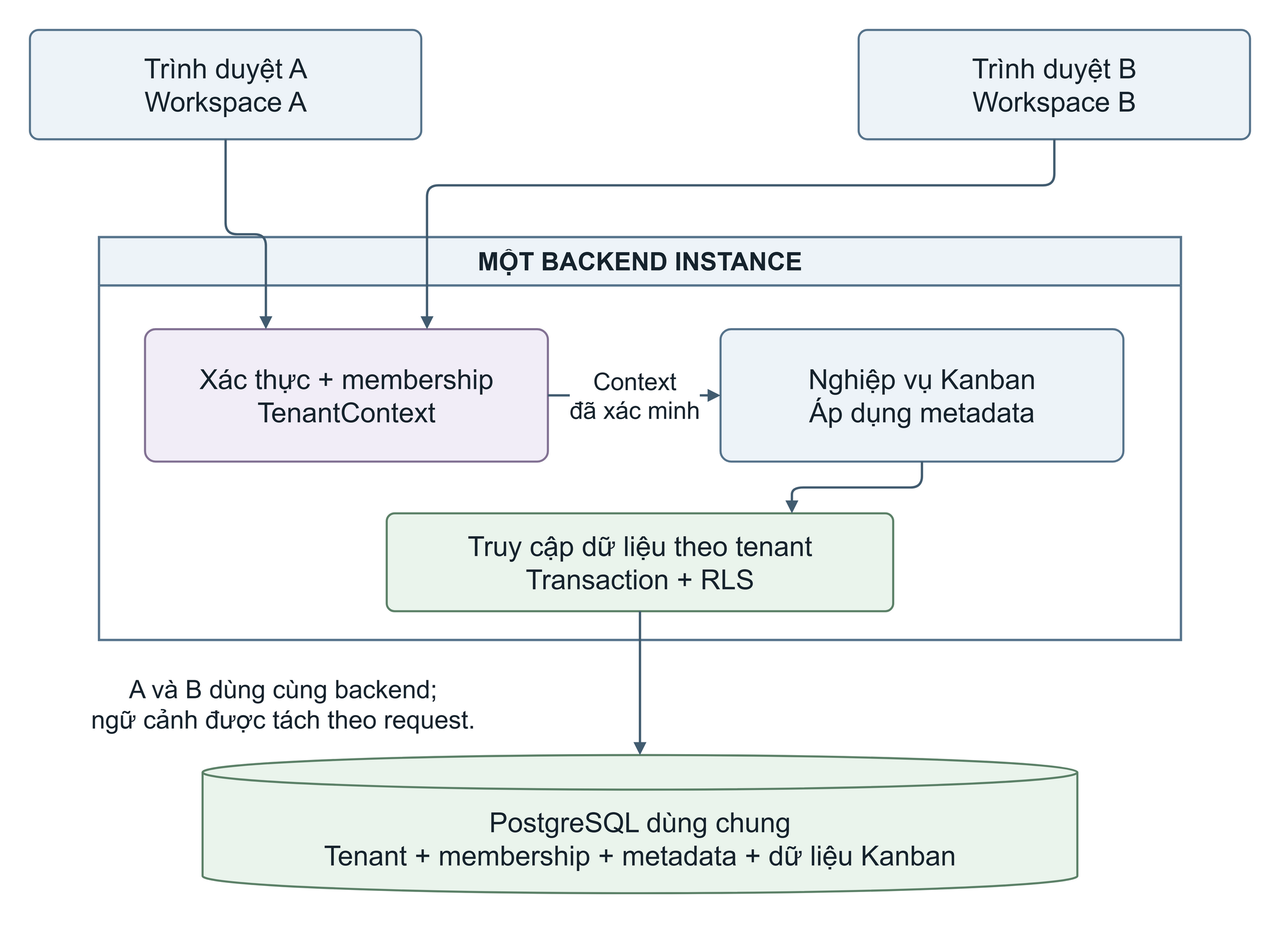
This is output/report-theo-dany/figures/editable-png/hinh_3_2_kien_truc.drawio.png from Hungcb123/NCKH-Hung, a draw.io export, as it was before one commit. Source tidied: cells renumbered, new cells last; positions are measured from the earlier drawing's top-left corner, leaving out a move shared by most shapes.
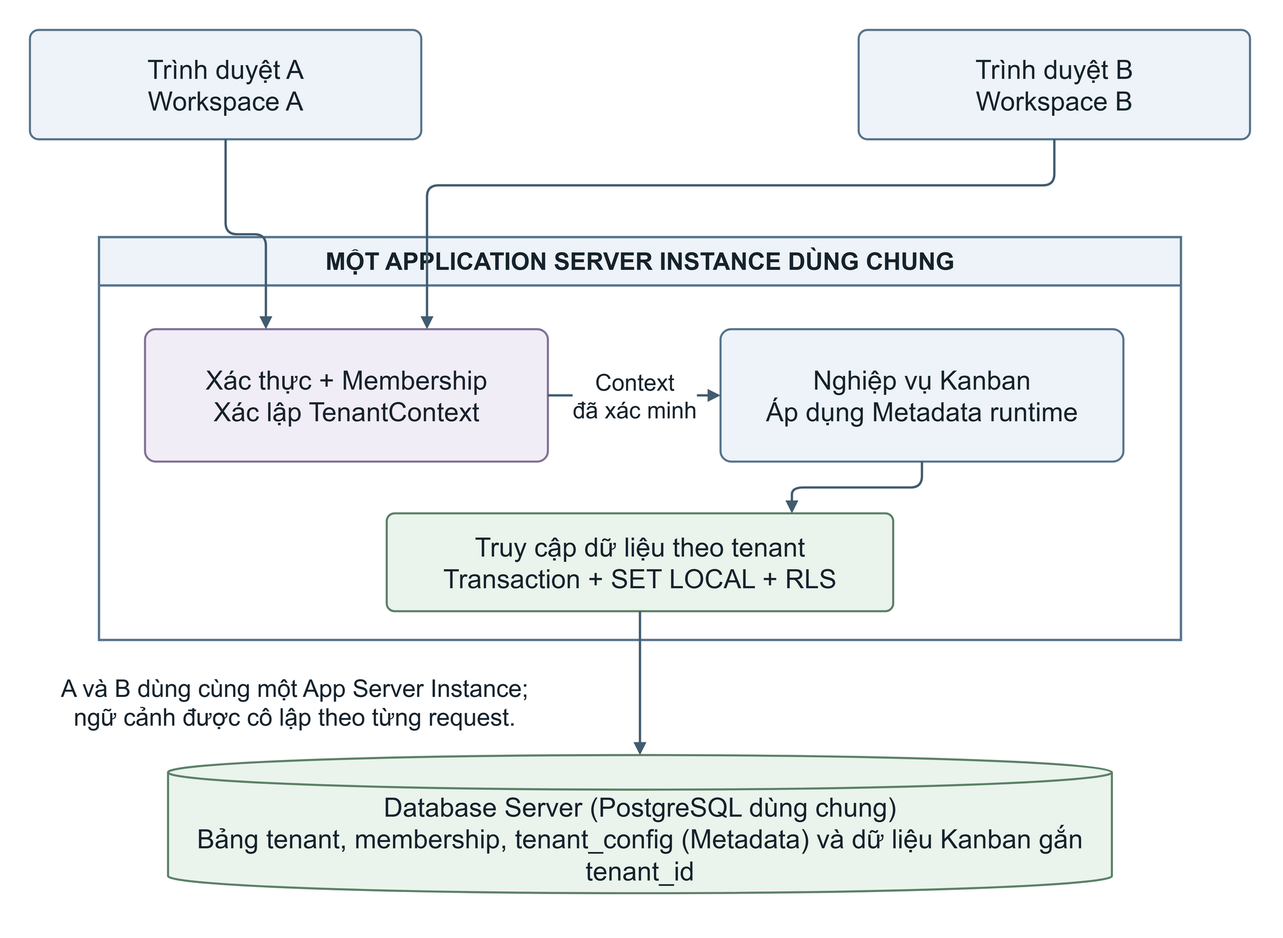
The same file after the commit.

The edit, as a diff of the source:
```diff
@@ -5,28 +5,28 @@
     <mxCell id="2" style="html=1;whiteSpace=wrap;fontFamily=Arial;fontColor=#16232D;fontSize=24;spacing=10;align=center;verticalAlign=middle;fillColor=none;strokeColor=none;" parent="1" vertex="1">
       <mxGeometry width="1100" height="800" as="geometry" />
     </mxCell>
-    <mxCell id="3" value="Trình duyệt A&#10;Workspace A" style="html=1;whiteSpace=wrap;fontFamily=Arial;fontColor=#16232D;fontSize=24;spacing=10;align=center;verticalAlign=middle;rounded=1;arcSize=8;fillColor=#EDF3F8;strokeColor=#57748C;strokeWidth=1.8;" parent="1" vertex="1">
+    <mxCell id="3" value="Trình duyệt A&#10;Workspace A" style="html=1;whiteSpace=wrap;fontFamily=Arial;fontColor=#16232D;fontSize=24;spacing=10;align=center;verticalAlign=middle;rounded=1;arcSize=8;fontSize=23;fillColor=#EDF3F8;strokeColor=#57748C;strokeWidth=1.8;" parent="1" vertex="1">
       <mxGeometry x="20" y="20" width="340" height="95" as="geometry" />
     </mxCell>
-    <mxCell id="4" value="Trình duyệt B&#10;Workspace B" style="html=1;whiteSpace=wrap;fontFamily=Arial;fontColor=#16232D;fontSize=24;spacing=10;align=center;verticalAlign=middle;rounded=1;arcSize=8;fillColor=#EDF3F8;strokeColor=#57748C;strokeWidth=1.8;" parent="1" vertex="1">
+    <mxCell id="4" value="Trình duyệt B&#10;Workspace B" style="html=1;whiteSpace=wrap;fontFamily=Arial;fontColor=#16232D;fontSize=24;spacing=10;align=center;verticalAlign=middle;rounded=1;arcSize=8;fontSize=23;fillColor=#EDF3F8;strokeColor=#57748C;strokeWidth=1.8;" parent="1" vertex="1">
       <mxGeometry x="740" y="20" width="340" height="95" as="geometry" />
     </mxCell>
-    <mxCell id="5" value="MỘT BACKEND INSTANCE" style="html=1;whiteSpace=wrap;fontFamily=Arial;fontColor=#16232D;fontSize=24;spacing=10;align=center;verticalAlign=middle;swimlane;startSize=42;horizontal=1;fontSize=22;fontStyle=1;fillColor=#EDF3F8;swimlaneFillColor=#FFFFFF;strokeColor=#57748C;strokeWidth=2;" parent="1" vertex="1">
+    <mxCell id="5" value="MỘT APPLICATION SERVER INSTANCE DÙNG CHUNG" style="html=1;whiteSpace=wrap;fontFamily=Arial;fontColor=#16232D;fontSize=24;spacing=10;align=center;verticalAlign=middle;swimlane;startSize=42;horizontal=1;fontSize=21;fontStyle=1;fillColor=#EDF3F8;swimlaneFillColor=#FFFFFF;strokeColor=#57748C;strokeWidth=2;" parent="1" vertex="1">
       <mxGeometry x="80" y="200" width="940" height="350" as="geometry" />
     </mxCell>
-    <mxCell id="6" value="Xác thực + membership&#10;TenantContext" style="html=1;whiteSpace=wrap;fontFamily=Arial;fontColor=#16232D;fontSize=24;spacing=10;align=center;verticalAlign=middle;rounded=1;arcSize=8;fillColor=#F1EDF7;strokeColor=#837294;strokeWidth=1.8;" parent="1" vertex="1">
+    <mxCell id="6" value="Xác thực + Membership&#10;Xác lập TenantContext" style="html=1;whiteSpace=wrap;fontFamily=Arial;fontColor=#16232D;fontSize=24;spacing=10;align=center;verticalAlign=middle;rounded=1;arcSize=8;fontSize=23;fillColor=#F1EDF7;strokeColor=#837294;strokeWidth=1.8;" parent="1" vertex="1">
       <mxGeometry x="120" y="280" width="350" height="115" as="geometry" />
     </mxCell>
-    <mxCell id="7" value="Nghiệp vụ Kanban&#10;Áp dụng metadata" style="html=1;whiteSpace=wrap;fontFamily=Arial;fontColor=#16232D;fontSize=24;spacing=10;align=center;verticalAlign=middle;rounded=1;arcSize=8;fillColor=#EDF3F8;strokeColor=#57748C;strokeWidth=1.8;" parent="1" vertex="1">
+    <mxCell id="7" value="Nghiệp vụ Kanban&#10;Áp dụng Metadata runtime" style="html=1;whiteSpace=wrap;fontFamily=Arial;fontColor=#16232D;fontSize=24;spacing=10;align=center;verticalAlign=middle;rounded=1;arcSize=8;fontSize=23;fillColor=#EDF3F8;strokeColor=#57748C;strokeWidth=1.8;" parent="1" vertex="1">
       <mxGeometry x="620" y="280" width="350" height="115" as="geometry" />
     </mxCell>
-    <mxCell id="8" value="Truy cập dữ liệu theo tenant&#10;Transaction + RLS" style="html=1;whiteSpace=wrap;fontFamily=Arial;fontColor=#16232D;fontSize=24;spacing=10;align=center;verticalAlign=middle;rounded=1;arcSize=8;fillColor=#EAF4EC;strokeColor=#5C8168;strokeWidth=1.8;" parent="1" vertex="1">
+    <mxCell id="8" value="Truy cập dữ liệu theo tenant&#10;Transaction + SET LOCAL + RLS" style="html=1;whiteSpace=wrap;fontFamily=Arial;fontColor=#16232D;fontSize=24;spacing=10;align=center;verticalAlign=middle;rounded=1;arcSize=8;fontSize=23;fillColor=#EAF4EC;strokeColor=#5C8168;strokeWidth=1.8;" parent="1" vertex="1">
       <mxGeometry x="330" y="440" width="440" height="85" as="geometry" />
     </mxCell>
-    <mxCell id="9" style="edgeStyle=orthogonalEdgeStyle;rounded=1;jettySize=auto;html=1;fontFamily=Arial;fontSize=21;fontColor=#16232D;labelBackgroundColor=#FFFFFF;strokeColor=#425C70;strokeWidth=2;endArrow=block;endFill=1;exitX=0.5;exitY=1;entryX=0.3;entryY=0;" parent="1" edge="1" source="3" target="6">
+    <mxCell id="9" style="edgeStyle=orthogonalEdgeStyle;rounded=1;jettySize=auto;html=1;fontFamily=Arial;fontSize=20;fontColor=#16232D;labelBackgroundColor=#FFFFFF;strokeColor=#425C70;strokeWidth=2;endArrow=block;endFill=1;exitX=0.5;exitY=1;entryX=0.3;entryY=0;" parent="1" edge="1" source="3" target="6">
       <mxGeometry relative="1" as="geometry" />
     </mxCell>
-    <mxCell id="10" style="edgeStyle=orthogonalEdgeStyle;rounded=1;jettySize=auto;html=1;fontFamily=Arial;fontSize=21;fontColor=#16232D;labelBackgroundColor=#FFFFFF;strokeColor=#425C70;strokeWidth=2;endArrow=block;endFill=1;exitX=0.5;exitY=1;entryX=0.7;entryY=0;" parent="1" edge="1" source="4" target="6">
+    <mxCell id="10" style="edgeStyle=orthogonalEdgeStyle;rounded=1;jettySize=auto;html=1;fontFamily=Arial;fontSize=20;fontColor=#16232D;labelBackgroundColor=#FFFFFF;strokeColor=#425C70;strokeWidth=2;endArrow=block;endFill=1;exitX=0.5;exitY=1;entryX=0.7;entryY=0;" parent="1" edge="1" source="4" target="6">
       <mxGeometry relative="1" as="geometry">
         <Array as="points">
           <mxPoint x="910" y="155" />
@@ -34,20 +34,20 @@
         </Array>
       </mxGeometry>
     </mxCell>
-    <mxCell id="11" value="Context&#10;đã xác minh" style="edgeStyle=orthogonalEdgeStyle;rounded=1;jettySize=auto;html=1;fontFamily=Arial;fontSize=21;fontColor=#16232D;labelBackgroundColor=#FFFFFF;strokeColor=#425C70;strokeWidth=2;endArrow=block;endFill=1;exitX=1;exitY=0.5;entryX=0;entryY=0.5;" parent="1" edge="1" source="6" target="7">
+    <mxCell id="11" value="Context&#10;đã xác minh" style="edgeStyle=orthogonalEdgeStyle;rounded=1;jettySize=auto;html=1;fontFamily=Arial;fontSize=20;fontColor=#16232D;labelBackgroundColor=#FFFFFF;strokeColor=#425C70;strokeWidth=2;endArrow=block;endFill=1;exitX=1;exitY=0.5;entryX=0;entryY=0.5;" parent="1" edge="1" source="6" target="7">
       <mxGeometry relative="1" as="geometry" />
     </mxCell>
-    <mxCell id="12" style="edgeStyle=orthogonalEdgeStyle;rounded=1;jettySize=auto;html=1;fontFamily=Arial;fontSize=21;fontColor=#16232D;labelBackgroundColor=#FFFFFF;strokeColor=#425C70;strokeWidth=2;endArrow=block;endFill=1;exitX=0.5;exitY=1;entryX=0.8;entryY=0;" parent="1" edge="1" source="7" target="8">
+    <mxCell id="12" style="edgeStyle=orthogonalEdgeStyle;rounded=1;jettySize=auto;html=1;fontFamily=Arial;fontSize=20;fontColor=#16232D;labelBackgroundColor=#FFFFFF;strokeColor=#425C70;strokeWidth=2;endArrow=block;endFill=1;exitX=0.5;exitY=1;entryX=0.8;entryY=0;" parent="1" edge="1" source="7" target="8">
       <mxGeometry relative="1" as="geometry" />
     </mxCell>
-    <mxCell id="13" value="PostgreSQL dùng chung&#10;Tenant + membership + metadata + dữ liệu Kanban" style="html=1;whiteSpace=wrap;fontFamily=Arial;fontColor=#16232D;fontSize=24;spacing=10;align=center;verticalAlign=middle;shape=cylinder3;size=15;boundedLbl=1;fillColor=#EAF4EC;strokeColor=#5C8168;strokeWidth=1.8;" parent="1" vertex="1">
-      <mxGeometry x="170" y="650" width="760" height="120" as="geometry" />
+    <mxCell id="13" value="Database Server (PostgreSQL dùng chung)&#10;Bảng tenant, membership, tenant_config (Metadata) và dữ liệu Kanban gắn tenant_id" style="html=1;whiteSpace=wrap;fontFamily=Arial;fontColor=#16232D;fontSize=24;spacing=10;align=center;verticalAlign=middle;shape=cylinder3;size=15;boundedLbl=1;fontSize=23;fillColor=#EAF4EC;strokeColor=#5C8168;strokeWidth=1.8;" parent="1" vertex="1">
+      <mxGeometry x="140" y="650" width="820" height="120" as="geometry" />
     </mxCell>
-    <mxCell id="14" style="edgeStyle=orthogonalEdgeStyle;rounded=1;jettySize=auto;html=1;fontFamily=Arial;fontSize=21;fontColor=#16232D;labelBackgroundColor=#FFFFFF;strokeColor=#425C70;strokeWidth=2;endArrow=block;endFill=1;exitX=0.5;exitY=1;entryX=0.5;entryY=0;" parent="1" edge="1" source="8" target="13">
+    <mxCell id="14" style="edgeStyle=orthogonalEdgeStyle;rounded=1;jettySize=auto;html=1;fontFamily=Arial;fontSize=20;fontColor=#16232D;labelBackgroundColor=#FFFFFF;strokeColor=#425C70;strokeWidth=2;endArrow=block;endFill=1;exitX=0.5;exitY=1;entryX=0.5;entryY=0;" parent="1" edge="1" source="8" target="13">
       <mxGeometry relative="1" as="geometry" />
     </mxCell>
-    <mxCell id="15" value="A và B dùng cùng backend;&#10;ngữ cảnh được tách theo request." style="html=1;whiteSpace=wrap;fontFamily=Arial;fontColor=#16232D;fontSize=24;spacing=10;align=center;verticalAlign=middle;text;strokeColor=none;fillColor=none;fontSize=22;fontStyle=0;align=center;spacing=0;" parent="1" vertex="1">
-      <mxGeometry x="35" y="575" width="410" height="65" as="geometry" />
+    <mxCell id="15" value="A và B dùng cùng một App Server Instance;&#10;ngữ cảnh được cô lập theo từng request." style="html=1;whiteSpace=wrap;fontFamily=Arial;fontColor=#16232D;fontSize=24;spacing=10;align=center;verticalAlign=middle;text;strokeColor=none;fillColor=none;fontSize=21;fontStyle=0;align=center;spacing=0;" parent="1" vertex="1">
+      <mxGeometry x="35" y="575" width="430" height="65" as="geometry" />
     </mxCell>
   </root>
 </mxGraphModel>
```
